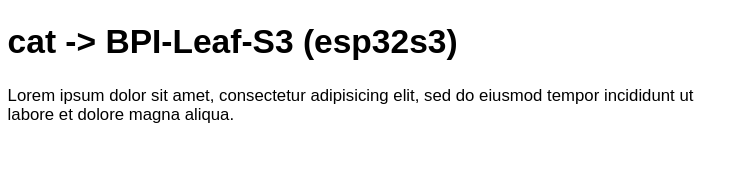
ApeDevil/cat_BPI-Leaf-S3 keeps this draw.io diagram as images/SAD.svg. Above is the earlier version. Source tidied: cells renumbered, new cells last; positions are measured from the earlier drawing's top-left corner, leaving out a move shared by most shapes. Source of this version:
```xml
<mxGraphModel>
  <root>
    <mxCell id="0" />
    <mxCell id="1" parent="0" />
    <mxCell id="2" value="&lt;h1&gt;cat -&amp;gt; BPI-Leaf-S3 (esp32s3)&lt;/h1&gt;&lt;p&gt;Lorem ipsum dolor sit amet, consectetur adipisicing elit, sed do eiusmod tempor incididunt ut labore et dolore magna aliqua.&lt;/p&gt;" style="text;html=1;strokeColor=none;fillColor=none;spacing=5;spacingTop=-20;whiteSpace=wrap;overflow=hidden;rounded=0;" parent="1" vertex="1">
      <mxGeometry width="530" height="120" as="geometry" />
    </mxCell>
  </root>
</mxGraphModel>
```
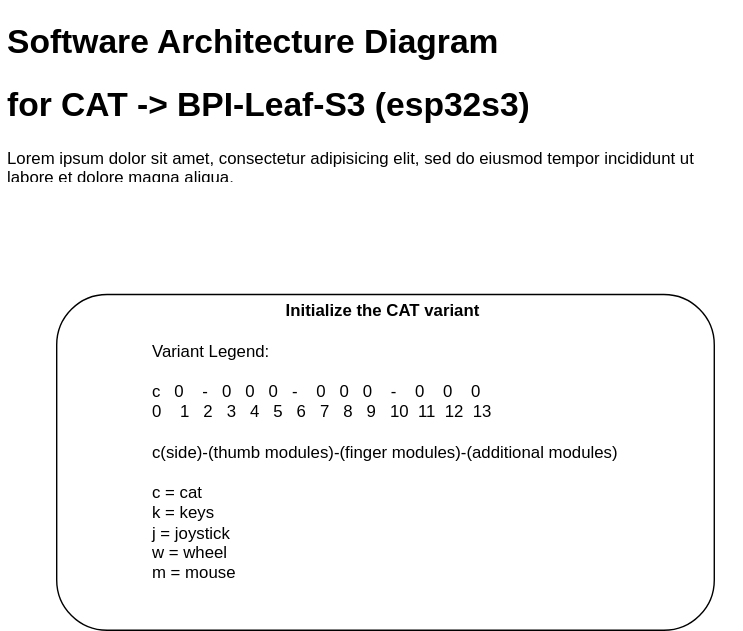
Later version of the same file.

The edit, as a diff of the source:
```diff
@@ -2,8 +2,11 @@
   <root>
     <mxCell id="0" />
     <mxCell id="1" parent="0" />
-    <mxCell id="2" value="&lt;h1&gt;cat -&amp;gt; BPI-Leaf-S3 (esp32s3)&lt;/h1&gt;&lt;p&gt;Lorem ipsum dolor sit amet, consectetur adipisicing elit, sed do eiusmod tempor incididunt ut labore et dolore magna aliqua.&lt;/p&gt;" style="text;html=1;strokeColor=none;fillColor=none;spacing=5;spacingTop=-20;whiteSpace=wrap;overflow=hidden;rounded=0;" parent="1" vertex="1">
+    <mxCell id="2" value="&lt;h1&gt;Software Architecture Diagram&lt;/h1&gt;&lt;h1&gt;for CAT -&amp;gt; BPI-Leaf-S3 (esp32s3)&lt;/h1&gt;&lt;p&gt;Lorem ipsum dolor sit amet, consectetur adipisicing elit, sed do eiusmod tempor incididunt ut labore et dolore magna aliqua.&lt;/p&gt;" style="text;html=1;strokeColor=none;fillColor=none;spacing=5;spacingTop=-20;whiteSpace=wrap;overflow=hidden;rounded=0;" parent="1" vertex="1">
       <mxGeometry width="530" height="120" as="geometry" />
     </mxCell>
+    <mxCell id="3" value="&lt;b&gt;Initialize the CAT variant&amp;nbsp;&lt;br&gt;&lt;/b&gt;&lt;span style=&quot;background-color: initial;&quot;&gt;&lt;br&gt;&lt;div style=&quot;text-align: left;&quot;&gt;&lt;span style=&quot;background-color: initial;&quot;&gt;Variant Legend:&lt;/span&gt;&lt;/div&gt;&lt;/span&gt;&lt;div style=&quot;text-align: left;&quot;&gt;&lt;div&gt;&lt;br&gt;&lt;/div&gt;&lt;div&gt;c&amp;nbsp; &amp;nbsp;0&amp;nbsp; &amp;nbsp; -&amp;nbsp; &amp;nbsp;0&amp;nbsp; &amp;nbsp;0&amp;nbsp; &amp;nbsp;0&amp;nbsp; &amp;nbsp;-&amp;nbsp; &amp;nbsp; 0&amp;nbsp; &amp;nbsp;0&amp;nbsp; &amp;nbsp;0&amp;nbsp; &amp;nbsp; -&amp;nbsp; &amp;nbsp; 0&amp;nbsp; &amp;nbsp; 0&amp;nbsp; &amp;nbsp; 0&lt;/div&gt;&lt;div&gt;0&amp;nbsp; &amp;nbsp; 1&amp;nbsp; &amp;nbsp;2&amp;nbsp; &amp;nbsp;3&amp;nbsp; &amp;nbsp;4&amp;nbsp; &amp;nbsp;5&amp;nbsp; &amp;nbsp;6&amp;nbsp; &amp;nbsp;7&amp;nbsp; &amp;nbsp;8&amp;nbsp; &amp;nbsp;9&amp;nbsp; &amp;nbsp;10&amp;nbsp; 11&amp;nbsp; 12&amp;nbsp; 13&lt;/div&gt;&lt;div&gt;&lt;br&gt;&lt;/div&gt;&lt;div&gt;c(side)-(thumb modules)-(finger modules)-(additional modules)&lt;/div&gt;&lt;div&gt;&lt;br&gt;&lt;/div&gt;&lt;div&gt;c = cat&lt;/div&gt;&lt;div&gt;k = keys&lt;/div&gt;&lt;div&gt;j = joystick&lt;/div&gt;&lt;div&gt;w = wheel&lt;/div&gt;&lt;div&gt;m = mouse&lt;/div&gt;&lt;div&gt;&lt;br&gt;&lt;/div&gt;&lt;div&gt;&lt;br&gt;&lt;/div&gt;&lt;/div&gt;" style="rounded=1;whiteSpace=wrap;html=1;" parent="1" vertex="1">
+      <mxGeometry x="40" y="200" width="470" height="240" as="geometry" />
+    </mxCell>
   </root>
 </mxGraphModel>
```
